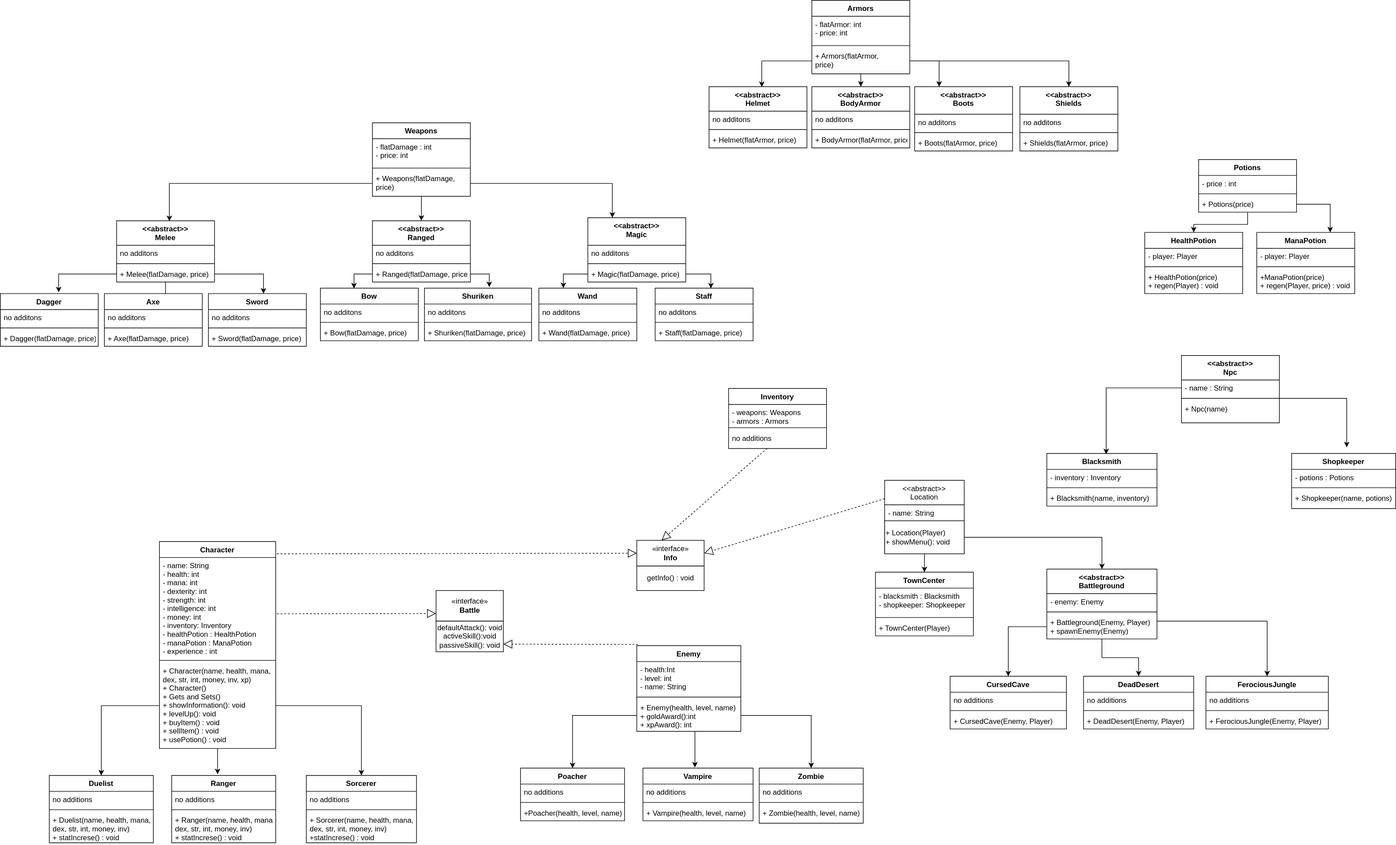
umutaan50/OOPrinciplesProjectAG keeps this draw.io diagram as OOPrinciplesAG.drawio.svg. Above is the earlier version. Source tidied: cells renumbered, new cells last; positions are measured from the earlier drawing's top-left corner, leaving out a move shared by most shapes.
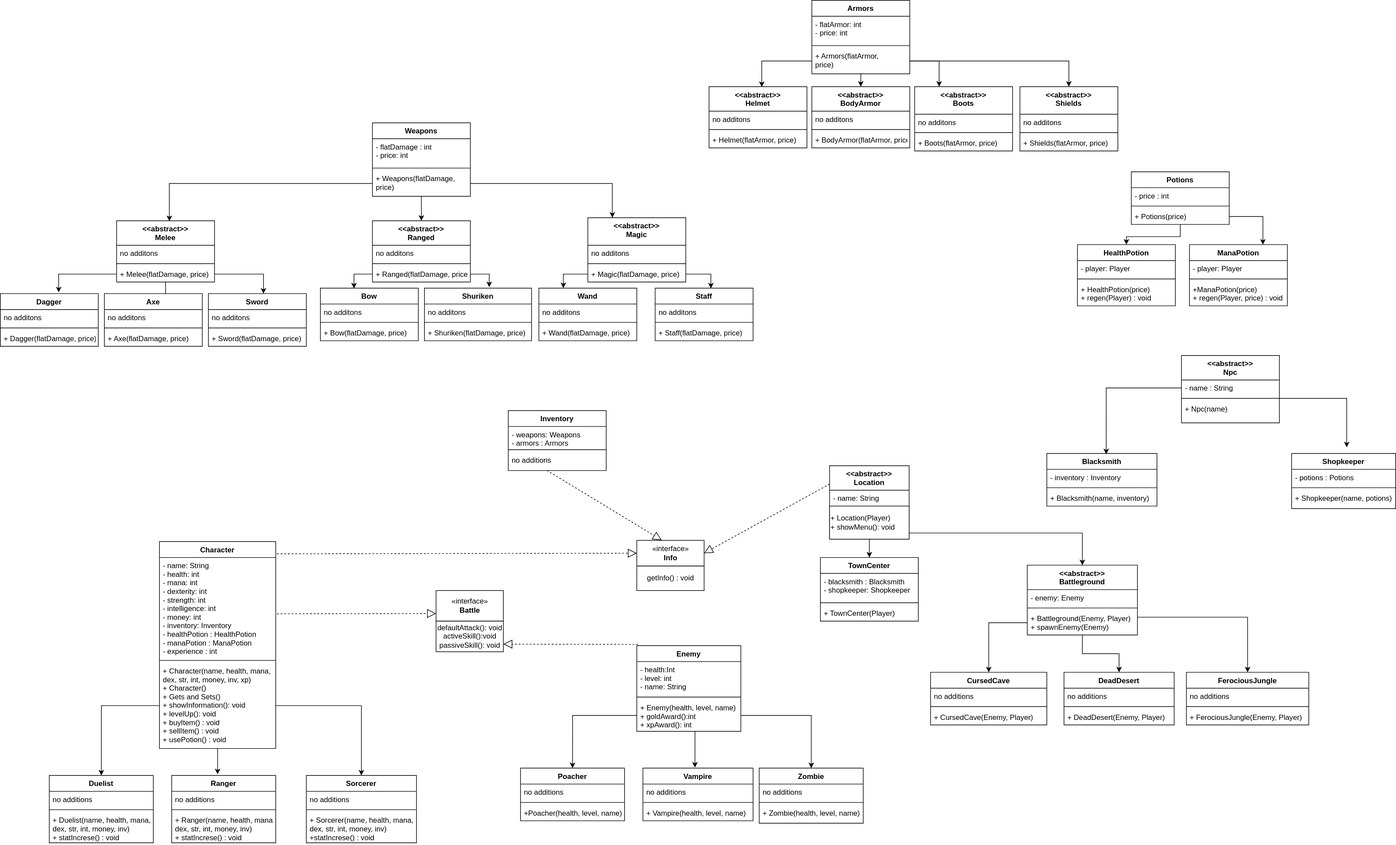
After the commit.

The edit, as a diff of the source:
```diff
@@ -19,8 +19,8 @@
     <mxCell id="6" value="+ Character(name, health, mana,&#10;dex, str, int, money, inv, xp)&#10;+ Character()&#10;+ Gets and Sets()&#10;+ showInformation(): void&#10;+ levelUp(): void&#10;+ buyItem() : void&#10;+ sellItem() : void&#10;+ usePotion() : void" style="text;strokeColor=none;fillColor=none;align=left;verticalAlign=top;spacingLeft=4;spacingRight=4;overflow=hidden;points=[[0,0.5],[1,0.5]];portConstraint=eastwest;" parent="3" vertex="1">
       <mxGeometry y="198" width="190" height="140" as="geometry" />
     </mxCell>
-    <mxCell id="7" value="&lt;&lt;abstract&gt;&gt;&#10;Location" style="swimlane;fontStyle=0;horizontal=1;startSize=40;fillColor=none;" parent="1" vertex="1">
-      <mxGeometry x="1445" y="784" width="130" height="120" as="geometry" />
+    <mxCell id="7" value="&lt;&lt;abstract&gt;&gt;&#10;Location" style="swimlane;fontStyle=1;horizontal=1;startSize=40;fillColor=none;" parent="1" vertex="1">
+      <mxGeometry x="1355" y="760" width="130" height="120" as="geometry" />
     </mxCell>
     <mxCell id="8" value="- name: String " style="text;strokeColor=none;fillColor=none;align=left;verticalAlign=top;spacingLeft=4;spacingRight=4;overflow=hidden;" parent="7" vertex="1">
       <mxGeometry y="40" width="130" height="26" as="geometry" />
@@ -29,7 +29,7 @@
       <mxGeometry y="66" width="130" height="54" as="geometry" />
     </mxCell>
     <mxCell id="10" value="TownCenter" style="swimlane;fontStyle=1;align=center;verticalAlign=top;horizontal=1;startSize=26;" parent="1" vertex="1">
-      <mxGeometry x="1430" y="934" width="160" height="104" as="geometry" />
+      <mxGeometry x="1340" y="910" width="160" height="104" as="geometry" />
     </mxCell>
     <mxCell id="11" value="- blacksmith : Blacksmith&#10;- shopkeeper: Shopkeeper " style="text;strokeColor=none;fillColor=none;align=left;verticalAlign=top;spacingLeft=4;spacingRight=4;overflow=hidden;" parent="10" vertex="1">
       <mxGeometry y="26" width="160" height="44" as="geometry" />
@@ -82,12 +82,12 @@
     <mxCell id="27" style="edgeStyle=orthogonalEdgeStyle;rounded=0;jettySize=auto;html=1;" parent="1" edge="1" source="28" target="42">
       <mxGeometry relative="1" as="geometry">
         <Array as="points">
-          <mxPoint x="2070" y="1014" />
+          <mxPoint x="2038" y="1007.5" />
         </Array>
       </mxGeometry>
     </mxCell>
     <mxCell id="28" value="&lt;&lt;abstract&gt;&gt;&#10;Battleground" style="swimlane;fontStyle=1;align=center;verticalAlign=top;horizontal=1;startSize=40;" parent="1" vertex="1">
-      <mxGeometry x="1710" y="929" width="180" height="114" as="geometry" />
+      <mxGeometry x="1678" y="922.5" width="180" height="114" as="geometry" />
     </mxCell>
     <mxCell id="29" value="- enemy: Enemy" style="text;strokeColor=none;fillColor=none;align=left;verticalAlign=top;spacingLeft=4;spacingRight=4;overflow=hidden;" parent="28" vertex="1">
       <mxGeometry y="40" width="180" height="26" as="geometry" />
@@ -105,7 +105,7 @@
       <mxGeometry x="1040" y="924" width="110" height="40" as="geometry" />
     </mxCell>
     <mxCell id="34" value="CursedCave" style="swimlane;fontStyle=1;align=center;verticalAlign=top;horizontal=1;startSize=26;" parent="1" vertex="1">
-      <mxGeometry x="1552" y="1104" width="190" height="86" as="geometry" />
+      <mxGeometry x="1520" y="1097.5" width="190" height="86" as="geometry" />
     </mxCell>
     <mxCell id="35" value="no additions" style="text;strokeColor=none;fillColor=none;align=left;verticalAlign=top;spacingLeft=4;spacingRight=4;overflow=hidden;" parent="34" vertex="1">
       <mxGeometry y="26" width="190" height="26" as="geometry" />
@@ -117,7 +117,7 @@
       <mxGeometry y="60" width="190" height="26" as="geometry" />
     </mxCell>
     <mxCell id="38" value="DeadDesert" style="swimlane;fontStyle=1;align=center;verticalAlign=top;horizontal=1;startSize=26;" parent="1" vertex="1">
-      <mxGeometry x="1770" y="1104" width="180" height="86" as="geometry" />
+      <mxGeometry x="1738" y="1097.5" width="180" height="86" as="geometry" />
     </mxCell>
     <mxCell id="39" value="no additions" style="text;strokeColor=none;fillColor=none;align=left;verticalAlign=top;spacingLeft=4;spacingRight=4;overflow=hidden;" parent="38" vertex="1">
       <mxGeometry y="26" width="180" height="26" as="geometry" />
@@ -129,7 +129,7 @@
       <mxGeometry y="60" width="180" height="26" as="geometry" />
     </mxCell>
     <mxCell id="42" value="FerociousJungle" style="swimlane;fontStyle=1;align=center;verticalAlign=top;horizontal=1;startSize=26;" parent="1" vertex="1">
-      <mxGeometry x="1970" y="1104" width="200" height="86" as="geometry" />
+      <mxGeometry x="1938" y="1097.5" width="200" height="86" as="geometry" />
     </mxCell>
     <mxCell id="43" value="no additions" style="text;strokeColor=none;fillColor=none;align=left;verticalAlign=top;spacingLeft=4;spacingRight=4;overflow=hidden;" parent="42" vertex="1">
       <mxGeometry y="26" width="200" height="26" as="geometry" />
@@ -208,7 +208,7 @@
       <mxGeometry y="60" width="170" height="30" as="geometry" />
     </mxCell>
     <mxCell id="66" value="Inventory" style="swimlane;fontStyle=1;align=center;verticalAlign=top;horizontal=1;startSize=26;" parent="1" vertex="1">
-      <mxGeometry x="1190" y="634" width="160" height="98" as="geometry" />
+      <mxGeometry x="830" y="670" width="160" height="98" as="geometry" />
     </mxCell>
     <mxCell id="67" value="- weapons: Weapons&#10;- armors : Armors" style="text;strokeColor=none;fillColor=none;align=left;verticalAlign=top;spacingLeft=4;spacingRight=4;overflow=hidden;" parent="66" vertex="1">
       <mxGeometry y="26" width="160" height="34" as="geometry" />
@@ -444,7 +444,7 @@
       <mxGeometry relative="1" as="geometry" />
     </mxCell>
     <mxCell id="144" value="Potions" style="swimlane;fontStyle=1;align=center;verticalAlign=top;horizontal=1;startSize=26;" parent="1" vertex="1">
-      <mxGeometry x="1958" y="260" width="160" height="86" as="geometry" />
+      <mxGeometry x="1848" y="280" width="160" height="86" as="geometry" />
     </mxCell>
     <mxCell id="145" value="- price : int" style="text;strokeColor=none;fillColor=none;align=left;verticalAlign=top;spacingLeft=4;spacingRight=4;overflow=hidden;" parent="144" vertex="1">
       <mxGeometry y="26" width="160" height="26" as="geometry" />
@@ -456,7 +456,7 @@
       <mxGeometry y="60" width="160" height="26" as="geometry" />
     </mxCell>
     <mxCell id="148" value="HealthPotion" style="swimlane;fontStyle=1;align=center;verticalAlign=top;horizontal=1;startSize=26;" parent="1" vertex="1">
-      <mxGeometry x="1870" y="379" width="160" height="100" as="geometry" />
+      <mxGeometry x="1760" y="399" width="160" height="100" as="geometry" />
     </mxCell>
     <mxCell id="149" value="- player: Player" style="text;strokeColor=none;fillColor=none;align=left;verticalAlign=top;spacingLeft=4;spacingRight=4;overflow=hidden;" parent="148" vertex="1">
       <mxGeometry y="26" width="160" height="26" as="geometry" />
@@ -468,7 +468,7 @@
       <mxGeometry y="60" width="160" height="40" as="geometry" />
     </mxCell>
     <mxCell id="152" value="ManaPotion" style="swimlane;fontStyle=1;align=center;verticalAlign=top;horizontal=1;startSize=26;" parent="1" vertex="1">
-      <mxGeometry x="2053" y="379" width="160" height="100" as="geometry" />
+      <mxGeometry x="1943" y="399" width="160" height="100" as="geometry" />
     </mxCell>
     <mxCell id="153" value="- player: Player" style="text;strokeColor=none;fillColor=none;align=left;verticalAlign=top;spacingLeft=4;spacingRight=4;overflow=hidden;" parent="152" vertex="1">
       <mxGeometry y="26" width="160" height="26" as="geometry" />
@@ -576,7 +576,11 @@
       </mxGeometry>
     </mxCell>
     <mxCell id="186" style="edgeStyle=orthogonalEdgeStyle;rounded=0;jettySize=auto;html=1;" parent="1" edge="1" source="9" target="28">
-      <mxGeometry relative="1" as="geometry" />
+      <mxGeometry relative="1" as="geometry">
+        <Array as="points">
+          <mxPoint x="1768" y="870" />
+        </Array>
+      </mxGeometry>
     </mxCell>
   </root>
 </mxGraphModel>
```
